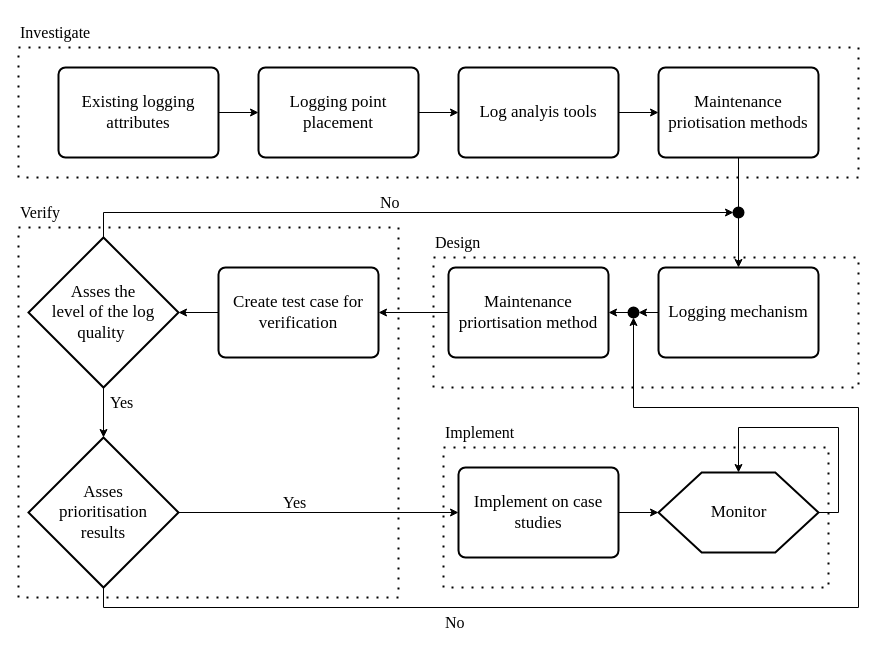
Above: img/Chapter2/developmentOfSolution/developementOfSolution.drawio in CorrieScheepers/Masters (draw.io), before the change. Source tidied: cells renumbered, new cells numbered last; positions are measured from the earlier drawing's top-left corner, leaving out a move shared by most shapes. Both pictures are drawn from the tidied source at 100%, with x=0, y=0 at pixel (18, 17).
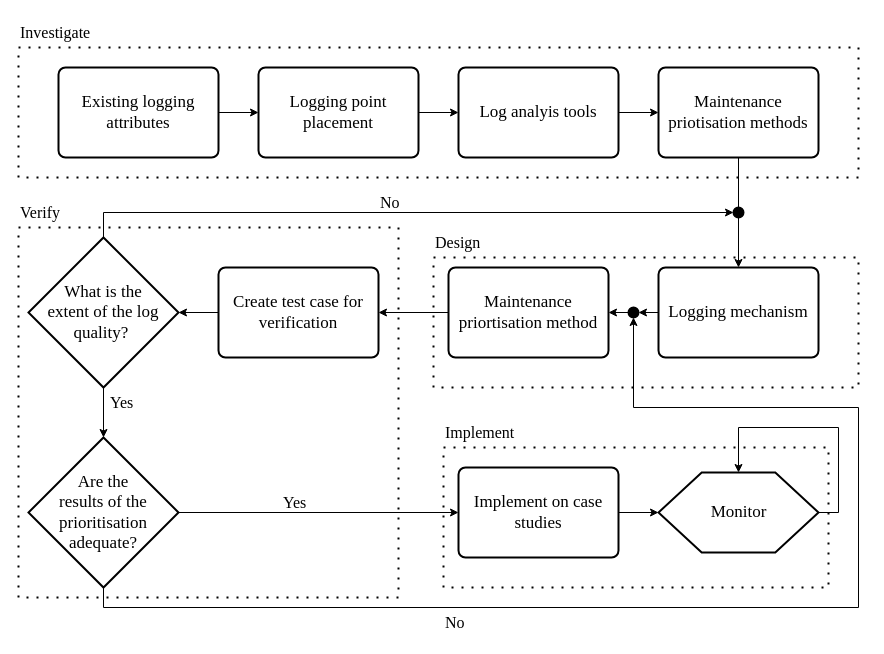
Above is the later version.

Diff of the diagram source:
```diff
@@
-    <mxCell id="21" value="Asses the &lt;br&gt;level of the log quality&amp;nbsp;" style="strokeWidth=2;html=1;shape=mxgraph.flowchart.decision;whiteSpace=wrap;fontFamily=Times New Roman;fillColor=none;fontSize=17;" parent="1" vertex="1">
+    <mxCell id="21" value="What is the &lt;br&gt;extent of the log quality?&amp;nbsp;" style="strokeWidth=2;html=1;shape=mxgraph.flowchart.decision;whiteSpace=wrap;fontFamily=Times New Roman;fillColor=none;fontSize=17;" parent="1" vertex="1">
       <mxGeometry x="10" y="220" width="150" height="150" as="geometry" />
     </mxCell>
@@
-    <mxCell id="24" value="Asses &lt;br&gt;prioritisation &lt;br&gt;results" style="strokeWidth=2;html=1;shape=mxgraph.flowchart.decision;whiteSpace=wrap;fontFamily=Times New Roman;fillColor=none;fontSize=17;" parent="1" vertex="1">
+    <mxCell id="24" value="Are the &lt;br&gt;results of the prioritisation adequate?" style="strokeWidth=2;html=1;shape=mxgraph.flowchart.decision;whiteSpace=wrap;fontFamily=Times New Roman;fillColor=none;fontSize=17;" parent="1" vertex="1">
       <mxGeometry x="10" y="420" width="150" height="150" as="geometry" />
     </mxCell>
```
